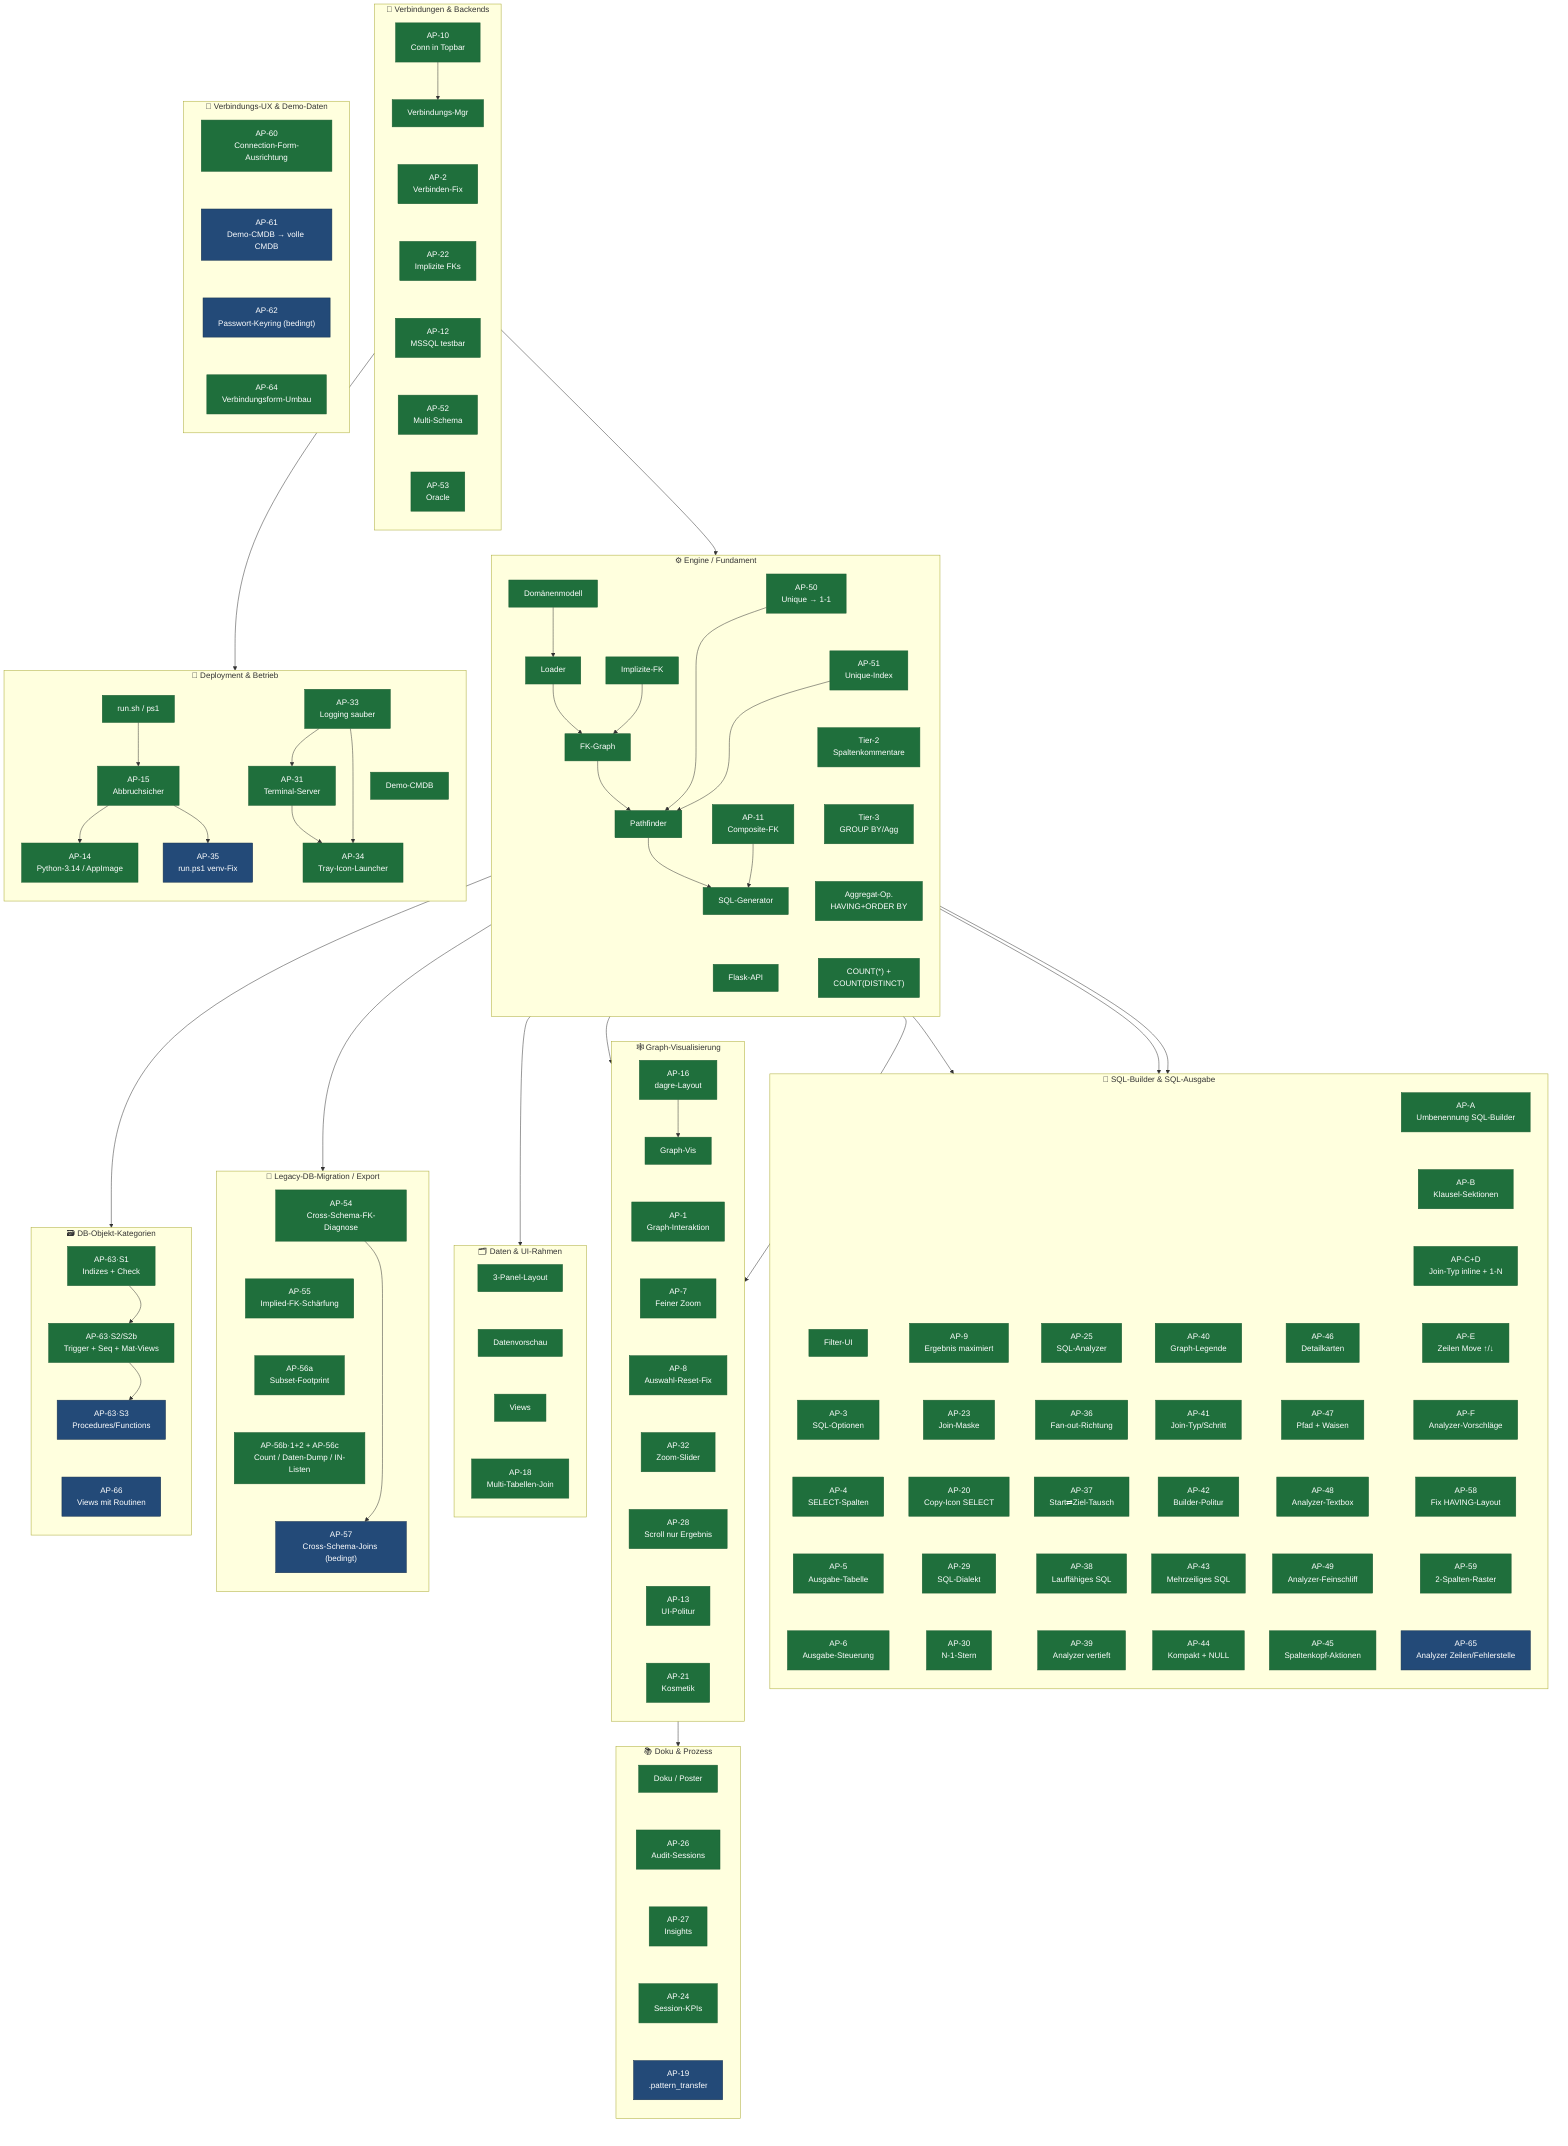
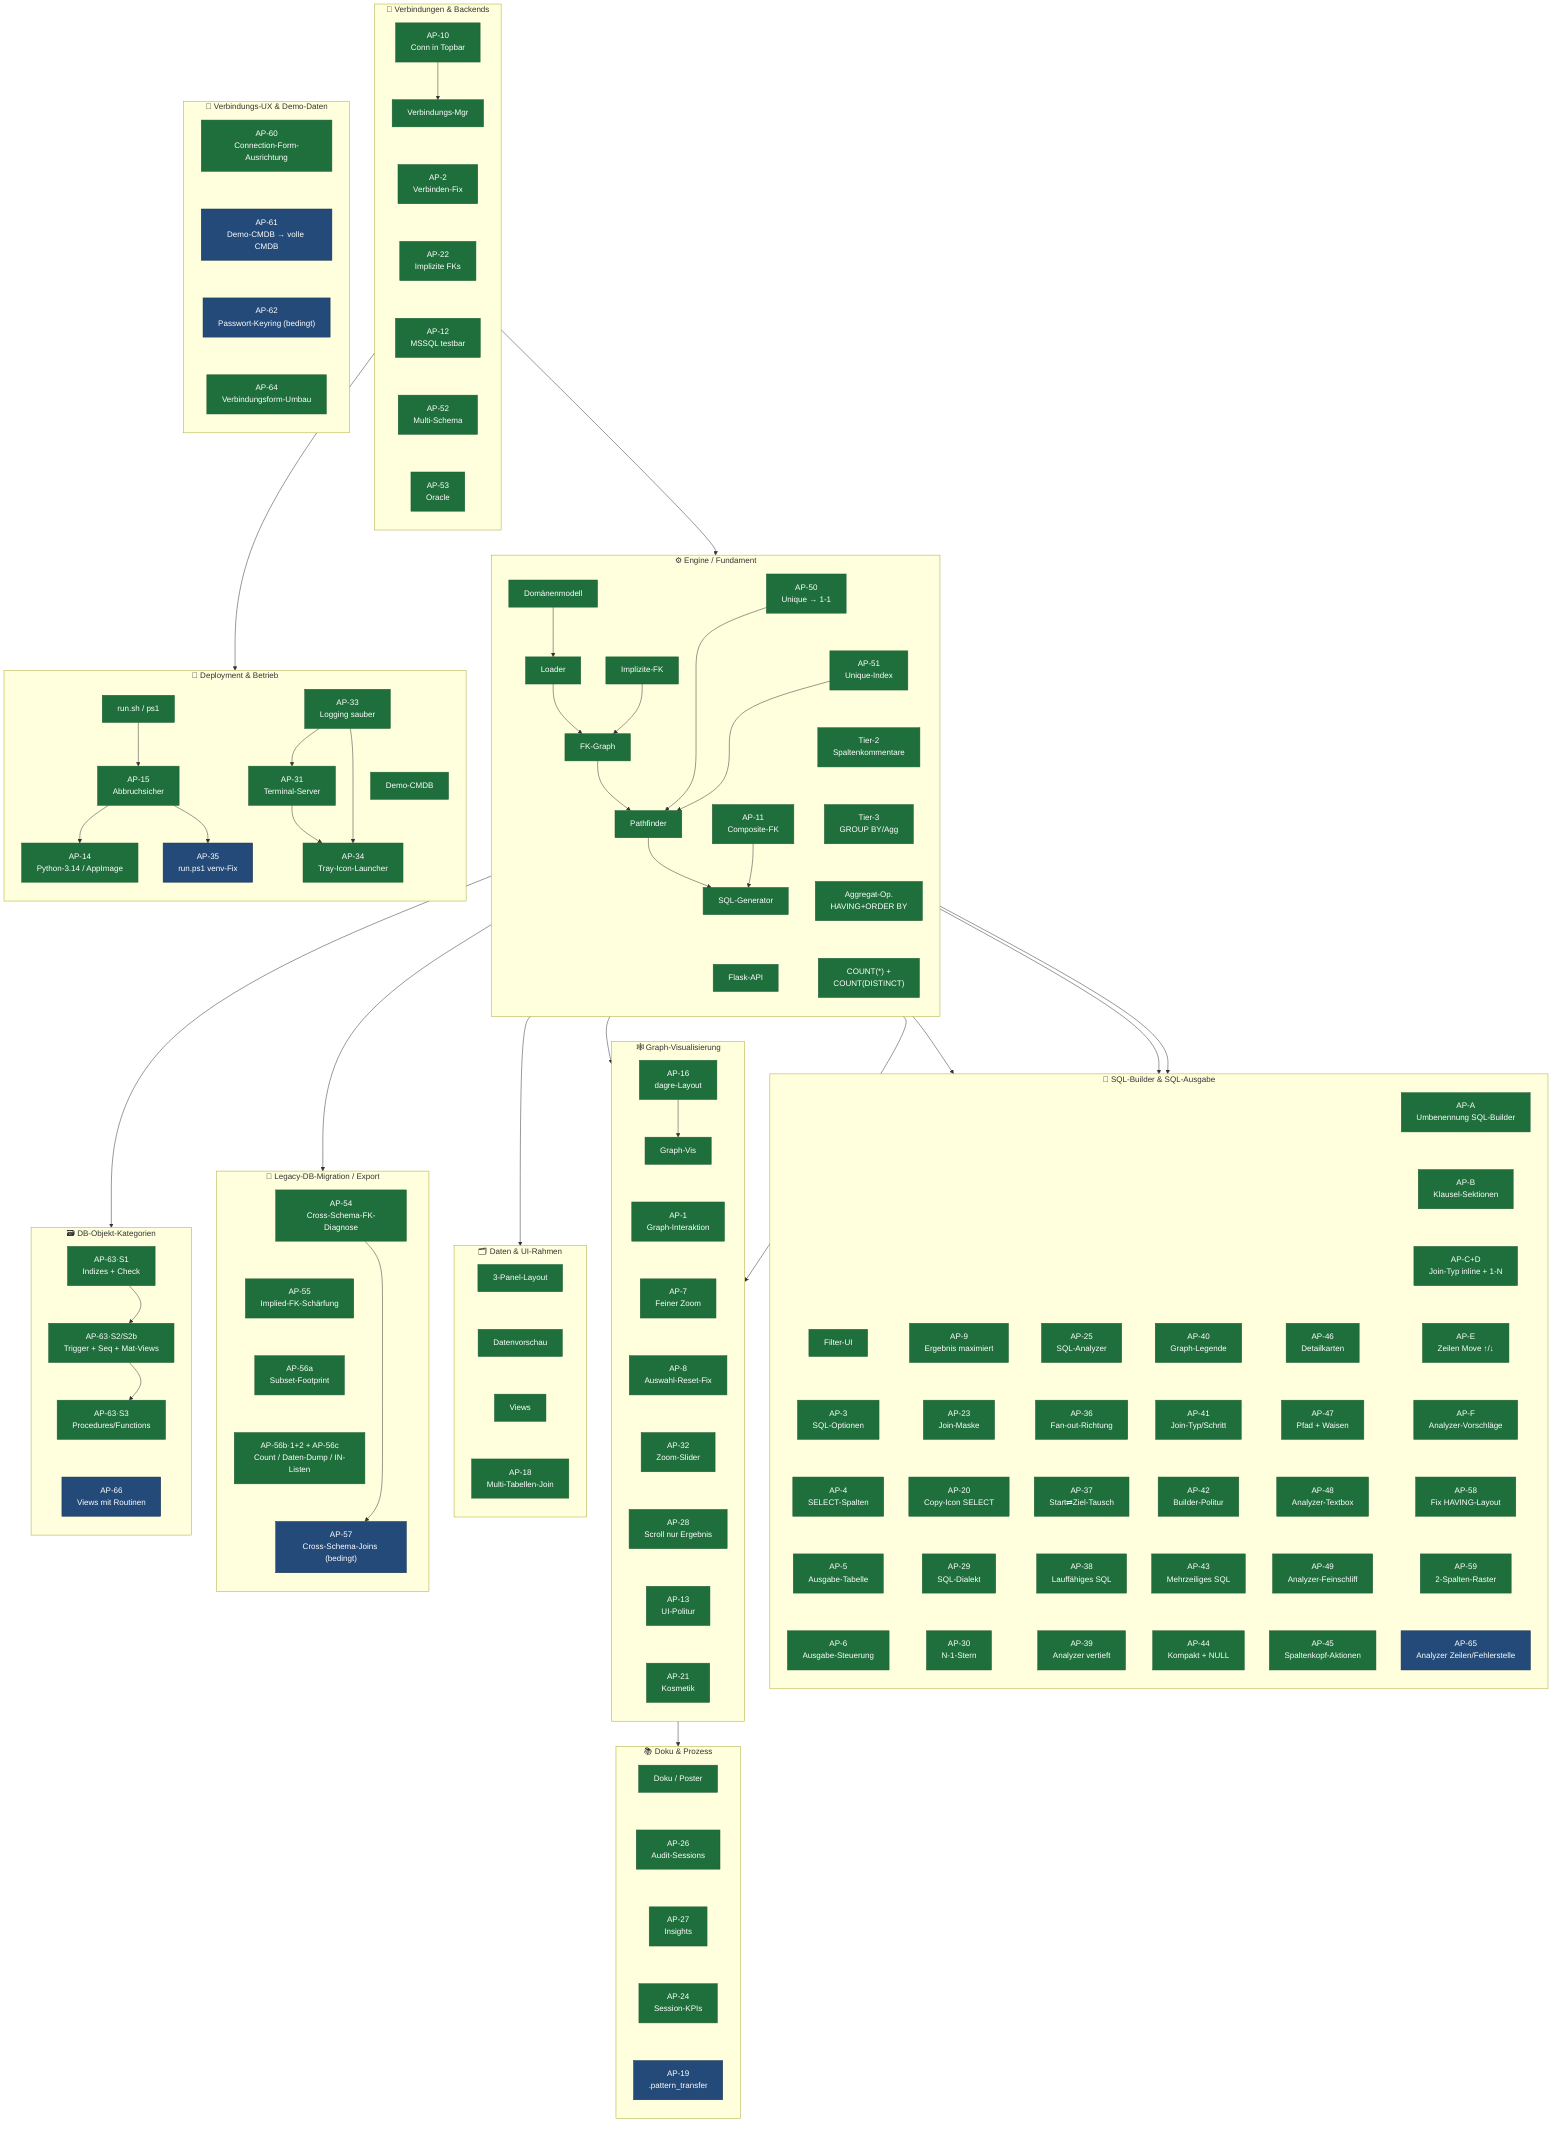
flowchart TB
    classDef done fill:#1f6f3c,color:#fff,stroke:#1a5c32,stroke-width:1px
    classDef plan fill:#234a78,color:#fff,stroke:#16314f,stroke-width:1px

    %% ── C1 · Engine / Fundament ──────────────────────────────────────────
    subgraph C1["⚙️  Engine / Fundament"]
        direction TB
        E1["Domänenmodell"]
        E2["Loader"]
        E3["FK-Graph"]
        E4["Pathfinder"]
        E5["SQL-Generator"]
        E6["Flask-API"]
        E7["AP-11\nComposite-FK"]
        E8["Implizite-FK"]
        E9["AP-50\nUnique → 1-1"]
        E10["AP-51\nUnique-Index"]
        E11["Tier-2\nSpaltenkommentare"]
        E12["Tier-3\nGROUP BY/Agg"]
        E13["Aggregat-Op.\nHAVING+ORDER BY"]
        E14["COUNT(*) +\nCOUNT(DISTINCT)"]
        E1 --> E2 --> E3 --> E4 --> E5
        E7 --> E5
        E8 --> E3
        E9 --> E4
        E10 --> E4
        E5 ~~~ E6
        E9 ~~~ E10
        E10 ~~~ E11
        E11 ~~~ E12
        E12 ~~~ E13
        E13 ~~~ E14
    end

    %% ── C2 · Verbindungen & Backends ─────────────────────────────────────
    subgraph C2["🔌  Verbindungen & Backends"]
        direction TB
        V1["Verbindungs-Mgr"]
        V2["AP-2\nVerbinden-Fix"]
        V3["AP-10\nConn in Topbar"]
        V4["AP-12\nMSSQL testbar"]
        V5["AP-22\nImplizite FKs"]
        V6["AP-52\nMulti-Schema"]
        V7["AP-53\nOracle"]
        V3 --> V1
        V1 ~~~ V2 ~~~ V5 ~~~ V4 ~~~ V6 ~~~ V7
    end

    %% ── C3 · SQL-Builder & SQL-Ausgabe ──────────────────────────────────
    subgraph C3["🧩  SQL-Builder & SQL-Ausgabe"]
        direction TB
        J1["Filter-UI"]
        J2["AP-3\nSQL-Optionen"]
        J3["AP-4\nSELECT-Spalten"]
        J4["AP-5\nAusgabe-Tabelle"]
        J5["AP-6\nAusgabe-Steuerung"]
        J6["AP-9\nErgebnis maximiert"]
        J7["AP-23\nJoin-Maske"]
        J8["AP-20\nCopy-Icon SELECT"]
        J9["AP-29\nSQL-Dialekt"]
        J10["AP-30\nN-1-Stern"]
        J11["AP-25\nSQL-Analyzer"]
        J12["AP-36\nFan-out-Richtung"]
        J13["AP-37\nStart⇄Ziel-Tausch"]
        J14["AP-38\nLauffähiges SQL"]
        J15["AP-39\nAnalyzer vertieft"]
        J16["AP-40\nGraph-Legende"]
        J17["AP-41\nJoin-Typ/Schritt"]
        J18["AP-42\nBuilder-Politur"]
        J19["AP-43\nMehrzeiliges SQL"]
        J20["AP-44\nKompakt + NULL"]
        J21["AP-46\nDetailkarten"]
        J22["AP-47\nPfad + Waisen"]
        J23["AP-48\nAnalyzer-Textbox"]
        J24["AP-49\nAnalyzer-Feinschliff"]
        J25["AP-45\nSpaltenkopf-Aktionen"]
        J26["AP-A\nUmbenennung SQL-Builder"]
        J27["AP-B\nKlausel-Sektionen"]
        J28["AP-C+D\nJoin-Typ inline + 1-N"]
        J29["AP-E\nZeilen Move ↑/↓"]
        J30["AP-F\nAnalyzer-Vorschläge"]
        J31["AP-58\nFix HAVING-Layout"]
        J32["AP-59\n2-Spalten-Raster"]
        J33["AP-65\nAnalyzer Zeilen/Fehlerstelle"]
        %% In 5 parallele Spalten gepackt (statt einer 25-Boxen-Säule) → kompaktes Gitter
        J1 ~~~ J2 ~~~ J3 ~~~ J4 ~~~ J5
        J6 ~~~ J7 ~~~ J8 ~~~ J9 ~~~ J10
        J11 ~~~ J12 ~~~ J13 ~~~ J14 ~~~ J15
        J16 ~~~ J17 ~~~ J18 ~~~ J19 ~~~ J20
        J21 ~~~ J22 ~~~ J23 ~~~ J24 ~~~ J25
        J26 ~~~ J27 ~~~ J28 ~~~ J29 ~~~ J30 ~~~ J31 ~~~ J32 ~~~ J33
    end

    %% ── C4 · Graph-Visualisierung ────────────────────────────────────────
    subgraph C4["🕸️  Graph-Visualisierung"]
        direction TB
        G1["Graph-Vis"]
        G2["AP-1\nGraph-Interaktion"]
        G3["AP-7\nFeiner Zoom"]
        G4["AP-8\nAuswahl-Reset-Fix"]
        G5["AP-16\ndagre-Layout"]
        G6["AP-32\nZoom-Slider"]
        G7["AP-28\nScroll nur Ergebnis"]
        G8["AP-13\nUI-Politur"]
        G9["AP-21\nKosmetik"]
        G5 --> G1
        G1 ~~~ G2 ~~~ G3 ~~~ G4 ~~~ G6 ~~~ G7 ~~~ G8 ~~~ G9
    end

    %% ── C5 · Daten & UI-Rahmen ───────────────────────────────────────────
    subgraph C5["🗂️  Daten & UI-Rahmen"]
        direction TB
        D1["3-Panel-Layout"]
        D2["Datenvorschau"]
        D3["Views"]
        D4["AP-18\nMulti-Tabellen-Join"]
        D1 ~~~ D2 ~~~ D3 ~~~ D4
    end

    %% ── C6 · Deployment & Betrieb ────────────────────────────────────────
    subgraph C6["🚀  Deployment & Betrieb"]
        direction TB
        B1["Demo-CMDB"]
        B2["run.sh / ps1"]
        B3["AP-15\nAbbruchsicher"]
        B4["AP-14\nPython-3.14 / AppImage"]
        B5["AP-35\nrun.ps1 venv-Fix"]
        B7["AP-31\nTerminal-Server"]
        B8["AP-33\nLogging sauber"]
        B9["AP-34\nTray-Icon-Launcher"]
        B2 --> B3
        B3 --> B4
        B3 --> B5
        B8 --> B7
        B7 --> B9
        B8 --> B9
        B1 ~~~ B9
    end

    %% ── C7 · Doku & Prozess ──────────────────────────────────────────────
    subgraph C7["📚  Doku & Prozess"]
        direction TB
        K1["Doku / Poster"]
        K2["AP-26\nAudit-Sessions"]
        K3["AP-27\nInsights"]
        K5["AP-24\nSession-KPIs"]
        K4["AP-19\n.pattern_transfer"]
        K1 ~~~ K2 ~~~ K3 ~~~ K5 ~~~ K4
    end

    %% ── C8 · Legacy-DB-Migration / Export (geplant) ──────────────────────
    subgraph C8["🧬  Legacy-DB-Migration / Export"]
        direction TB
        M1["AP-54\nCross-Schema-FK-Diagnose"]
        M2["AP-55\nImplied-FK-Schärfung"]
        M3["AP-56a\nSubset-Footprint"]
        M3b["AP-56b·1+2 + AP-56c\nCount / Daten-Dump / IN-Listen"]
        M4["AP-57\nCross-Schema-Joins (bedingt)"]
        M1 ~~~ M2 ~~~ M3 ~~~ M3b ~~~ M4
    end

    %% ── C9 · DB-Objekt-Kategorien (geplant) ──────────────────────────────
    subgraph C9["🗃️  DB-Objekt-Kategorien"]
        direction TB
        O1["AP-63·S1\nIndizes + Check"]
        O2["AP-63·S2/S2b\nTrigger + Seq + Mat-Views"]
        O3["AP-63·S3\nProcedures/Functions"]
        O4["AP-66\nViews mit Routinen"]
        O1 ~~~ O2 ~~~ O3 ~~~ O4
    end

    %% ── C10 · Verbindungs-UX & Demo-Daten (geplant) ──────────────────────
    subgraph C10["🔧  Verbindungs-UX & Demo-Daten"]
        direction TB
        P1["AP-60\nConnection-Form-Ausrichtung"]
        P2["AP-61\nDemo-CMDB → volle CMDB"]
        P3["AP-62\nPasswort-Keyring (bedingt)"]
        P4["AP-64\nVerbindungsform-Umbau"]
        P1 ~~~ P2 ~~~ P3 ~~~ P4
    end

    %% ── Cluster-übergreifende Abhängigkeiten ─────────────────────────────
    V1 --> E2
    M1 --> M4
    E2 --> M1
    E2 --> O1
    O1 --> O2 --> O3
    E5 --> J1
    E5 --> J9
    E5 --> J11
    E4 --> G2
    E3 --> G1
    E6 --> D1
    V4 --> B7
    G5 --> K2

    class E1,E2,E3,E4,E5,E6,E7,E8,E9,E10,E11,E12,E13,E14 done
    class V1,V2,V3,V4,V5,V6,V7 done
    class J1,J2,J3,J4,J5,J6,J7,J8,J9,J10,J11,J12,J13,J14,J15,J16,J17,J18,J19,J20,J21,J22,J23,J24,J25,J26,J27,J28,J29,J30,J31,J32 done
    class G1,G2,G3,G4,G5,G6,G7,G8,G9 done
    class D1,D2,D3,D4 done
    class B1,B2,B3,B4,B7,B8,B9 done
    class B5 plan
    class K1,K2,K3,K5 done
    class K4 plan
    class M3,M3b done
    class M4 plan
    class M2 done
    class M1 done
-     class O1,O2 done
-     class O3,O4 plan
+     class O1,O2,O3 done
+     class O4 plan
    class P2,P3 plan
    class P1,P4 done
    class J33 plan
